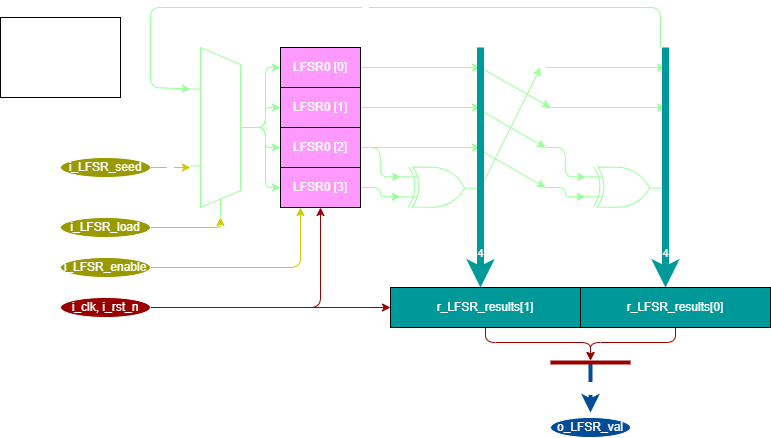
Earlier version of the draw.io export custom_parallel_lfsr_internal.drawio.png (omar1405/Parallel_Fibonacci_LFSR). Source tidied: cells renumbered, new cells last; positions are measured from the earlier drawing's top-left corner, leaving out a move shared by most shapes.
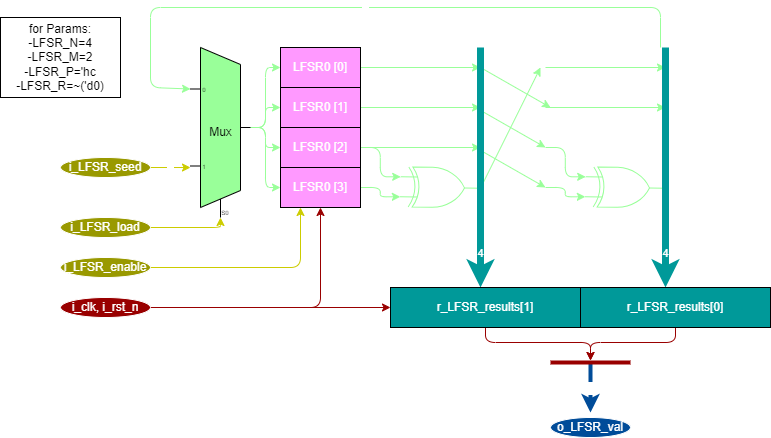
The same diagram one commit later.

The edit, as a diff of the source:
```diff
@@ -2,7 +2,7 @@
   <root>
     <mxCell id="0" />
     <mxCell id="1" parent="0" />
-    <mxCell id="2" value="for Params:&lt;br&gt;-LFSR_N=4&lt;br&gt;-LFSR_M=2&lt;br&gt;-LFSR_P='hc&lt;br&gt;-LFSR_R=~('d0)" style="rounded=0;whiteSpace=wrap;html=1;fontColor=#FFFFFF;" parent="1" vertex="1">
+    <mxCell id="2" value="for Params:&lt;br&gt;-LFSR_N=4&lt;br&gt;-LFSR_M=2&lt;br&gt;-LFSR_P='hc&lt;br&gt;-LFSR_R=~('d0)" style="rounded=0;whiteSpace=wrap;html=1;" parent="1" vertex="1">
       <mxGeometry y="10" width="120" height="80" as="geometry" />
     </mxCell>
     <mxCell id="3" style="edgeStyle=none;html=1;exitX=1;exitY=0.5;exitDx=0;exitDy=0;exitPerimeter=0;strokeColor=#99FF99;fontColor=#FFFFFF;" parent="1" edge="1" source="4">
@@ -125,7 +125,7 @@
     <mxCell id="31" style="edgeStyle=orthogonalEdgeStyle;html=1;exitX=1;exitY=0.5;exitDx=0;exitDy=-5;exitPerimeter=0;entryX=0;entryY=0.5;entryDx=0;entryDy=0;strokeWidth=1;strokeColor=#99FF99;fontColor=#FFFFFF;" parent="1" edge="1" source="32" target="13">
       <mxGeometry relative="1" as="geometry" />
     </mxCell>
-    <mxCell id="32" value="Mux" style="shadow=0;dashed=0;align=center;html=1;strokeWidth=1;shape=mxgraph.electrical.abstract.mux2;strokeColor=#99FF99;fontColor=#FFFFFF;" parent="1" vertex="1">
+    <mxCell id="32" value="Mux" style="shadow=0;dashed=0;align=center;html=1;strokeWidth=1;shape=mxgraph.electrical.abstract.mux2;fillColor=#99FF99;fontColor=#000000;" parent="1" vertex="1">
       <mxGeometry x="190" y="40" width="60" height="170" as="geometry" />
     </mxCell>
     <mxCell id="33" value="4" style="endArrow=classic;html=1;strokeWidth=1;entryX=0;entryY=0.22647058823529412;entryDx=0;entryDy=3;entryPerimeter=0;strokeColor=#99FF99;fontColor=#FFFFFF;" parent="1" edge="1" target="32">
```
